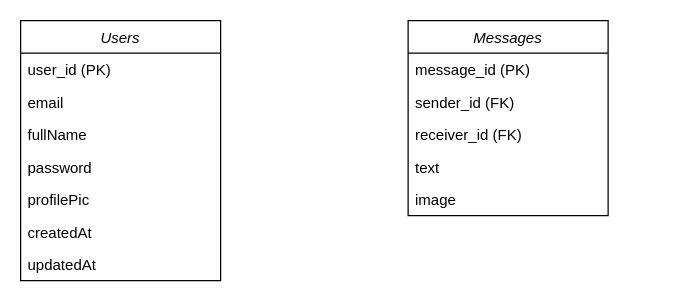
EldianDemon/Social-Interlinked keeps this draw.io diagram as server/dbSchema.drawio. Above is the earlier version. Source tidied: cells renumbered, new cells numbered last; positions are measured from the earlier drawing's top-left corner, leaving out a move shared by most shapes. Both pictures are drawn from the tidied source at 125%, with x=0, y=0 at pixel (20, 20).
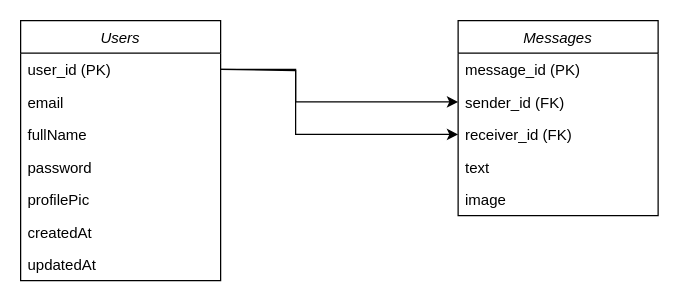
After the change.

The change refers to these unchanged cells:
```xml
<mxCell id="3" value="user_id (PK)" style="text;align=left;verticalAlign=top;spacingLeft=4;spacingRight=4;overflow=hidden;points=[[0,0.5],[1,0.5]];portConstraint=eastwest;rounded=0;shadow=0;html=0;" parent="2" vertex="1">
  <mxGeometry y="26" width="160" height="26" as="geometry" />
</mxCell>
<mxCell id="12" value="sender_id (FK)" style="text;align=left;verticalAlign=top;spacingLeft=4;spacingRight=4;overflow=hidden;points=[[0,0.5],[1,0.5]];portConstraint=eastwest;rounded=0;shadow=0;html=0;" parent="10" vertex="1">
  <mxGeometry y="52" width="160" height="26" as="geometry" />
</mxCell>
<mxCell id="13" value="receiver_id (FK)" style="text;align=left;verticalAlign=top;spacingLeft=4;spacingRight=4;overflow=hidden;points=[[0,0.5],[1,0.5]];portConstraint=eastwest;rounded=0;shadow=0;html=0;" parent="10" vertex="1">
  <mxGeometry y="78" width="160" height="26" as="geometry" />
</mxCell>
```

Change to the diagram source:
```diff
@@
     <mxCell id="10" value="Messages" style="swimlane;fontStyle=2;align=center;verticalAlign=top;horizontal=1;startSize=26;rounded=0;shadow=0;strokeWidth=1;" parent="1" vertex="1">
-      <mxGeometry x="310" width="160" height="156" as="geometry" />
+      <mxGeometry x="350" width="160" height="156" as="geometry" />
     </mxCell>
@@
+    <mxCell id="16" style="endArrow=classic;html=1;rounded=0;exitX=1;exitY=0.5;exitDx=0;exitDy=0;entryX=0;entryY=0.5;entryDx=0;entryDy=0;" parent="1" edge="1" source="3" target="12">
+      <mxGeometry relative="1" as="geometry">
+        <Array as="points">
+          <mxPoint x="220" y="40" />
+          <mxPoint x="220" y="65" />
+        </Array>
+      </mxGeometry>
+    </mxCell>
+    <mxCell id="17" style="endArrow=classic;html=1;rounded=0;exitX=1;exitY=0.5;exitDx=0;exitDy=0;entryX=0;entryY=0.5;entryDx=0;entryDy=0;" parent="1" edge="1" source="3" target="13">
+      <mxGeometry relative="1" as="geometry">
+        <Array as="points">
+          <mxPoint x="220" y="39" />
+          <mxPoint x="220" y="91" />
+        </Array>
+      </mxGeometry>
+    </mxCell>
```
